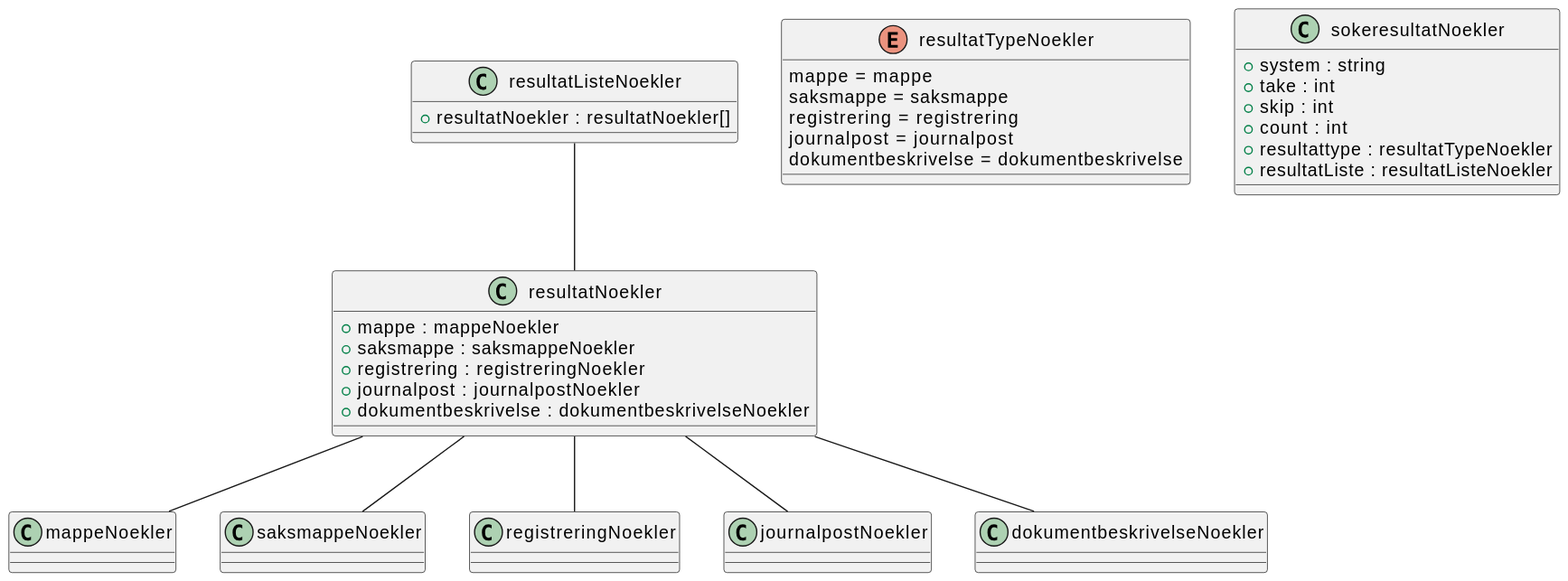
Above: Dokumentasjon/V1/SchemaModels/no/ks/fiks/arkiv/v1/innsyn/sok/resultat/noekler-relations.svg in ks-no/fiks-arkiv-specification (PlantUML), before the change. The source it was exported from:
```plantuml
@startuml
class resultatListeNoekler {
    +resultatNoekler : resultatNoekler[]
}
resultatListeNoekler -- resultatNoekler
class resultatNoekler {
    +mappe : mappeNoekler
    +saksmappe : saksmappeNoekler
    +registrering : registreringNoekler
    +journalpost : journalpostNoekler
    +dokumentbeskrivelse : dokumentbeskrivelseNoekler
}
resultatNoekler -- mappeNoekler
resultatNoekler -- saksmappeNoekler
resultatNoekler -- registreringNoekler
resultatNoekler -- journalpostNoekler
resultatNoekler -- dokumentbeskrivelseNoekler

enum resultatTypeNoekler {
    mappe = mappe
    saksmappe = saksmappe
    registrering = registrering
    journalpost = journalpost
    dokumentbeskrivelse = dokumentbeskrivelse
}
class sokeresultatNoekler {
    +system : string
    +take : int
    +skip : int
    +count : int
    +resultattype : resultatTypeNoekler
    +resultatListe : resultatListeNoekler
}
@enduml
```
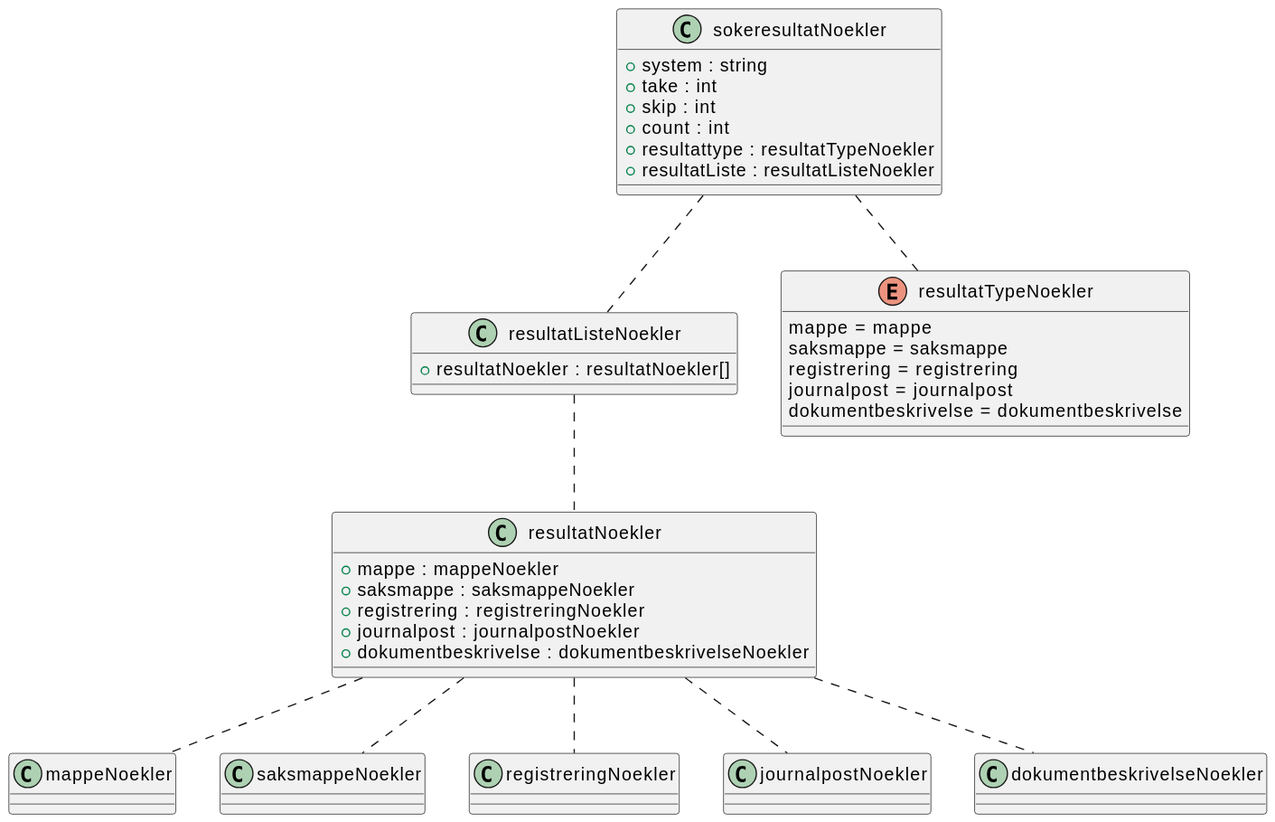
After the commit.

The edit, as a diff of the source:
```diff
@@ -1,34 +1,14 @@
 @startuml
-class resultatListeNoekler {
-    +resultatNoekler : resultatNoekler[]
-}
-resultatListeNoekler -- resultatNoekler
-class resultatNoekler {
-    +mappe : mappeNoekler
-    +saksmappe : saksmappeNoekler
-    +registrering : registreringNoekler
-    +journalpost : journalpostNoekler
-    +dokumentbeskrivelse : dokumentbeskrivelseNoekler
-}
-resultatNoekler -- mappeNoekler
-resultatNoekler -- saksmappeNoekler
-resultatNoekler -- registreringNoekler
-resultatNoekler -- journalpostNoekler
-resultatNoekler -- dokumentbeskrivelseNoekler
+!include noekler.pu
 
-enum resultatTypeNoekler {
-    mappe = mappe
-    saksmappe = saksmappe
-    registrering = registrering
-    journalpost = journalpost
-    dokumentbeskrivelse = dokumentbeskrivelse
-}
-class sokeresultatNoekler {
-    +system : string
-    +take : int
-    +skip : int
-    +count : int
-    +resultattype : resultatTypeNoekler
-    +resultatListe : resultatListeNoekler
-}
+sokeresultatNoekler .. resultatListeNoekler
+sokeresultatNoekler .. resultatTypeNoekler
+
+resultatListeNoekler .. resultatNoekler
+
+resultatNoekler .. mappeNoekler
+resultatNoekler .. saksmappeNoekler
+resultatNoekler .. registreringNoekler
+resultatNoekler .. journalpostNoekler
+resultatNoekler .. dokumentbeskrivelseNoekler
 @enduml
```
